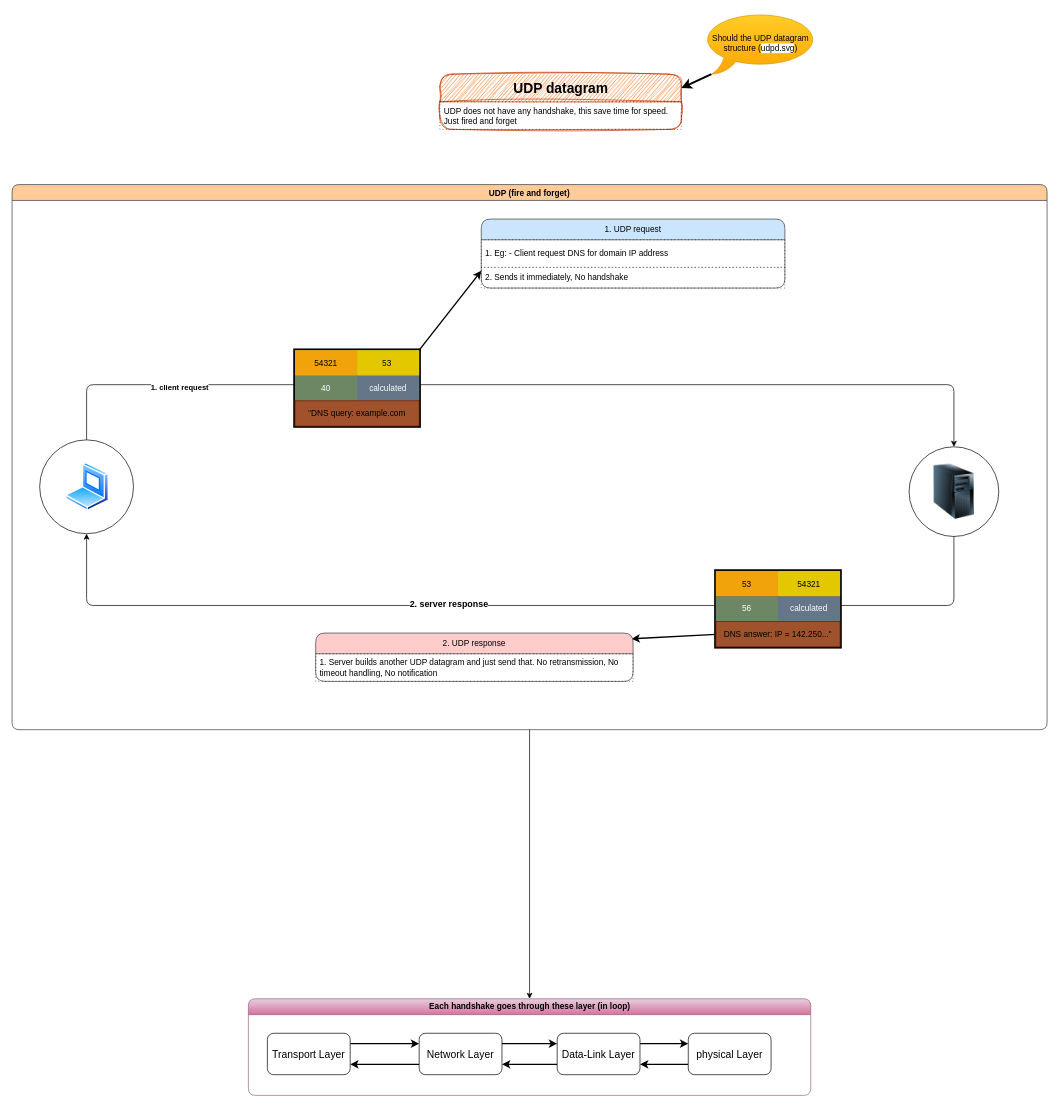
Before: computer-networking/protocols/user-datagram-protocol/udp-exchange/udpe.dio in knkrn5/Programming-Concepts, a draw.io diagram. Source tidied: cells renumbered, new cells numbered last; positions are measured from the earlier drawing's top-left corner, leaving out a move shared by most shapes. Both pictures are drawn from the tidied source at 69%, with x=0, y=0 at pixel (12, 12).
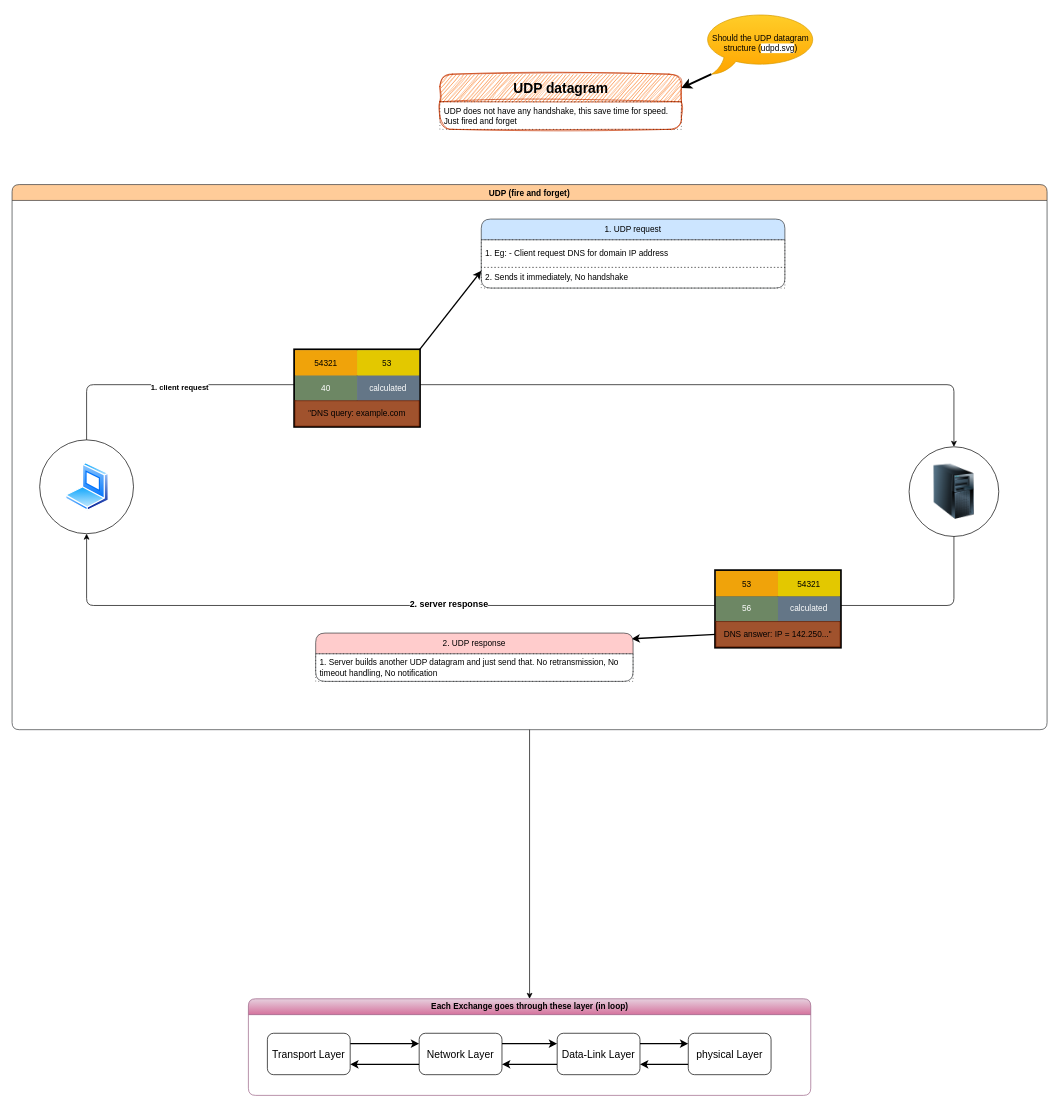
Above is the later version.

Change to the diagram source:
```diff
@@
-    <mxCell id="47" value="Each handshake goes through these layer (in loop)" style="swimlane;whiteSpace=wrap;html=1;rounded=1;fillColor=#e6d0de;gradientColor=#d5739d;strokeColor=#996185;" parent="1" vertex="1">
+    <mxCell id="47" value="Each Exchange goes through these layer (in loop)" style="swimlane;whiteSpace=wrap;html=1;rounded=1;fillColor=#e6d0de;gradientColor=#d5739d;strokeColor=#996185;" parent="1" vertex="1">
       <mxGeometry x="342.5" y="1430" width="815" height="140" as="geometry" />
     </mxCell>
```
